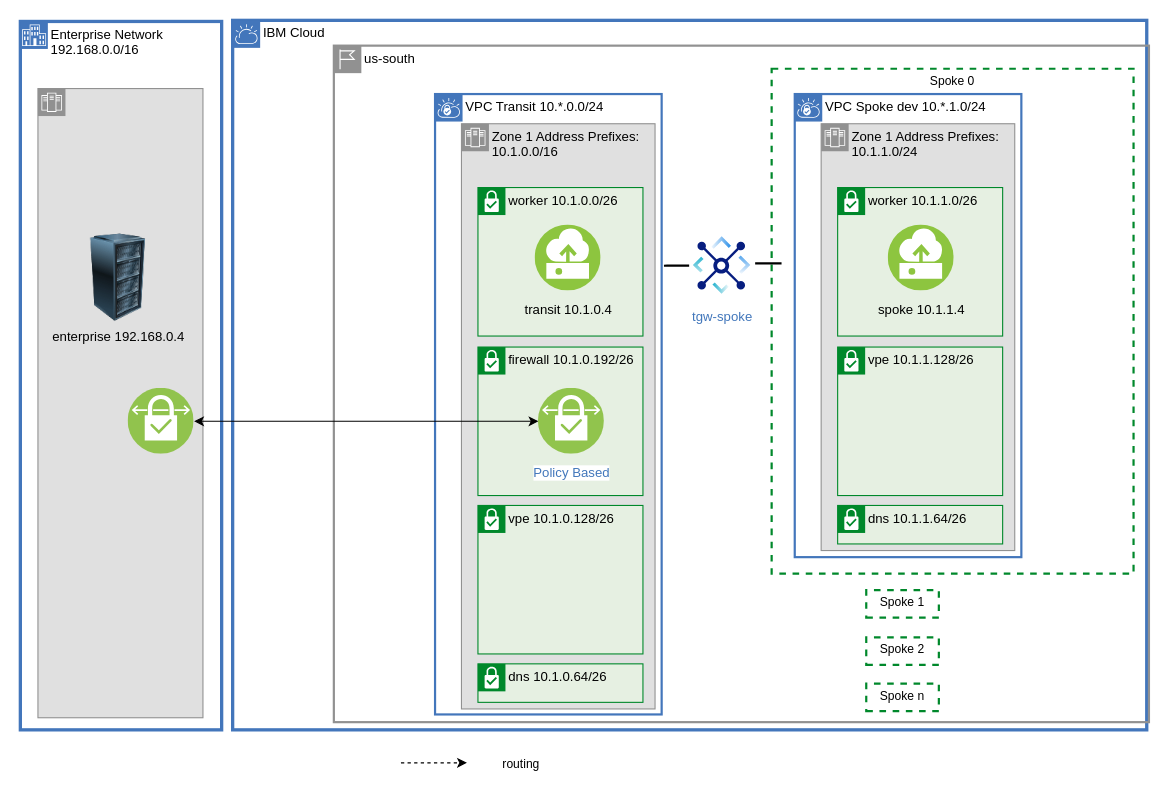
This is page "vpn" (3 of 18) of images/vpc-transit.drawio from IBM-Cloud/vpc-transit, a draw.io file, before an edit. Source tidied: cells renumbered, new cells numbered last; positions are measured from the earlier drawing's top-left corner, leaving out a move shared by most shapes. Both pictures are drawn from the tidied source at 110%, with x=0, y=0 at pixel (20, 20).
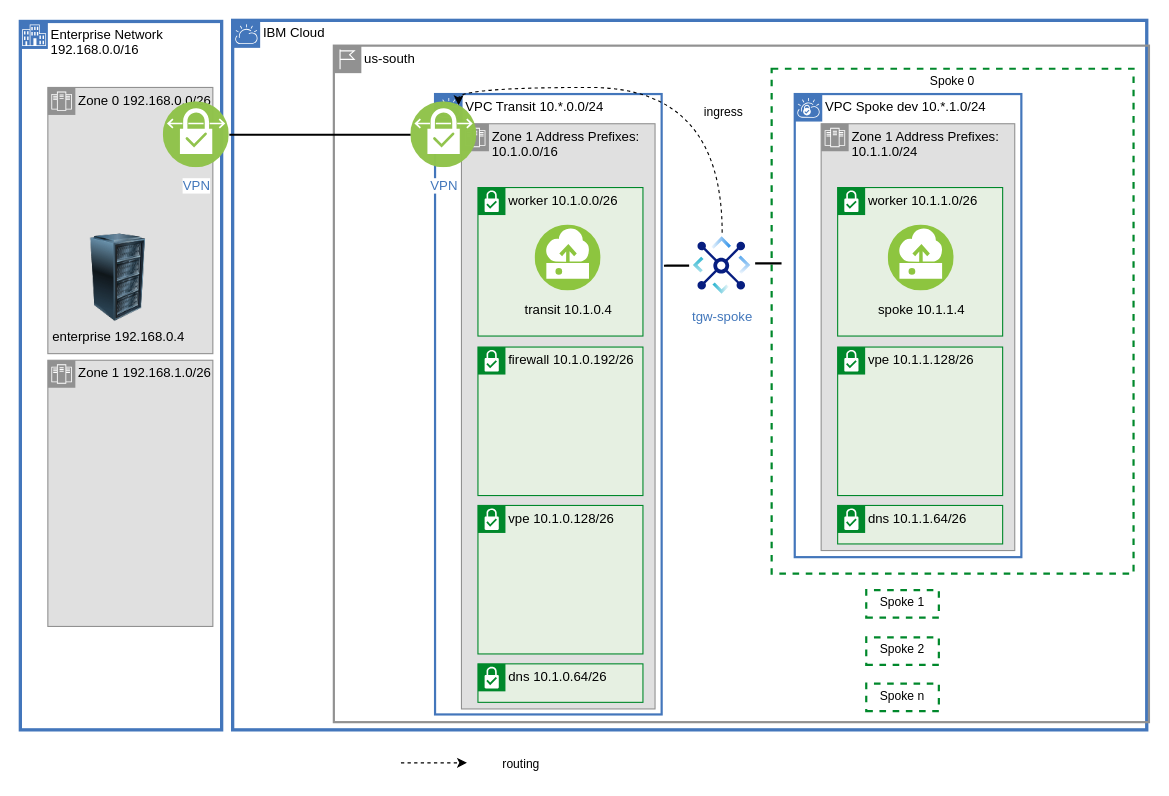
Above is the later version.

The change refers to these unchanged cells:
```xml
<mxCell id="30" value="tgw-spoke" style="perimeter=ellipsePerimeter;html=1;align=center;shadow=0;dashed=0;fontColor=#4277BB;labelBackgroundColor=#ffffff;fontSize=12;spacingTop=3;image;image=img/lib/ibm/vpc/TransitGateway.svg;labelPadding=0;backgroundOutline=0;" parent="29" vertex="1">
  <mxGeometry x="608" y="193" width="60" height="60" as="geometry" />
</mxCell>
```

The edit, as a diff of the source:
```diff
@@
-    <mxCell id="13" style="shape=mxgraph.ibm.box;prType=zone;fontStyle=0;verticalAlign=top;align=left;spacingLeft=32;spacingTop=4;fillColor=#E0E0E0;rounded=0;whiteSpace=wrap;html=1;strokeColor=#919191;strokeWidth=1;dashed=0;spacing=-4;" parent="1" vertex="1">
-      <mxGeometry x="16" y="62" width="150" height="572" as="geometry" />
-    </mxCell>
@@
-    <mxCell id="22" style="edgeStyle=orthogonalEdgeStyle;rounded=0;jettySize=auto;html=1;startArrow=classic;startFill=1;" parent="1" edge="1" source="23" target="24">
-      <mxGeometry relative="1" as="geometry" />
-    </mxCell>
-    <mxCell id="23" style="image;perimeter=ellipsePerimeter;html=1;align=center;shadow=0;dashed=0;fontColor=#4277BB;labelBackgroundColor=default;fontSize=12;spacingTop=3;image=img/lib/ibm/vpc/VPNConnection.svg;" parent="1" vertex="1">
-      <mxGeometry x="98" y="334.5" width="60" height="60" as="geometry" />
-    </mxCell>
-    <mxCell id="24" value="Policy Based" style="image;perimeter=ellipsePerimeter;html=1;align=center;shadow=0;dashed=0;fontColor=#4277BB;labelBackgroundColor=default;fontSize=12;spacingTop=3;image=img/lib/ibm/vpc/VPNConnection.svg;" parent="1" vertex="1">
-      <mxGeometry x="471" y="334.5" width="60" height="60" as="geometry" />
-    </mxCell>
+    <mxCell id="37" value="Zone 0 192.168.0.0/26" style="shape=mxgraph.ibm.box;prType=zone;fontStyle=0;verticalAlign=top;align=left;spacingLeft=32;spacingTop=4;fillColor=#E0E0E0;rounded=0;whiteSpace=wrap;html=1;strokeColor=#919191;strokeWidth=1;dashed=0;spacing=-4;" parent="1" vertex="1">
+      <mxGeometry x="25" y="61" width="150" height="242" as="geometry" />
+    </mxCell>
+    <mxCell id="38" value="Zone 1 192.168.1.0/26" style="shape=mxgraph.ibm.box;prType=zone;fontStyle=0;verticalAlign=top;align=left;spacingLeft=32;spacingTop=4;fillColor=#E0E0E0;rounded=0;whiteSpace=wrap;html=1;strokeColor=#919191;strokeWidth=1;dashed=0;spacing=-4;" parent="1" vertex="1">
+      <mxGeometry x="25" y="309" width="150" height="242" as="geometry" />
+    </mxCell>
@@
+    <mxCell id="39" parent="0" />
+    <mxCell id="40" style="edgeStyle=orthogonalEdgeStyle;rounded=0;jettySize=auto;html=1;entryX=0;entryY=0.5;entryDx=0;entryDy=0;strokeWidth=2;endArrow=none;endFill=0;" parent="39" edge="1" source="41" target="42">
+      <mxGeometry relative="1" as="geometry" />
+    </mxCell>
+    <mxCell id="41" value="VPN" style="perimeter=ellipsePerimeter;html=1;align=center;shadow=0;dashed=0;fontColor=#4277BB;labelBackgroundColor=#ffffff;fontSize=12;spacingTop=3;image;image=img/lib/ibm/vpc/VPNConnection.svg;" parent="39" vertex="1">
+      <mxGeometry x="130" y="74" width="60" height="60" as="geometry" />
+    </mxCell>
+    <mxCell id="42" value="VPN" style="perimeter=ellipsePerimeter;html=1;align=center;shadow=0;dashed=0;fontColor=#4277BB;labelBackgroundColor=#ffffff;fontSize=12;spacingTop=3;image;image=img/lib/ibm/vpc/VPNConnection.svg;" parent="39" vertex="1">
+      <mxGeometry x="355" y="74" width="60" height="60" as="geometry" />
+    </mxCell>
+    <mxCell id="43" parent="0" />
+    <mxCell id="44" style="edgeStyle=orthogonalEdgeStyle;shape=connector;curved=1;rounded=0;jettySize=auto;html=1;entryX=0.75;entryY=0;entryDx=0;entryDy=0;dashed=1;labelBackgroundColor=default;strokeColor=default;strokeWidth=1;fontFamily=Helvetica;fontSize=11;fontColor=default;endArrow=classic;endFill=1;exitX=0.5;exitY=0;exitDx=0;exitDy=0;" parent="43" edge="1" source="30" target="42">
+      <mxGeometry relative="1" as="geometry">
+        <Array as="points">
+          <mxPoint x="638" y="61" />
+          <mxPoint x="398" y="61" />
+        </Array>
+      </mxGeometry>
+    </mxCell>
+    <mxCell id="45" value="ingress" style="edgeLabel;html=1;align=center;verticalAlign=middle;fontSize=11;fontFamily=Helvetica;fontColor=default;" parent="44" vertex="1">
+      <mxGeometry x="-0.43" relative="1" as="geometry" />
+    </mxCell>
```
